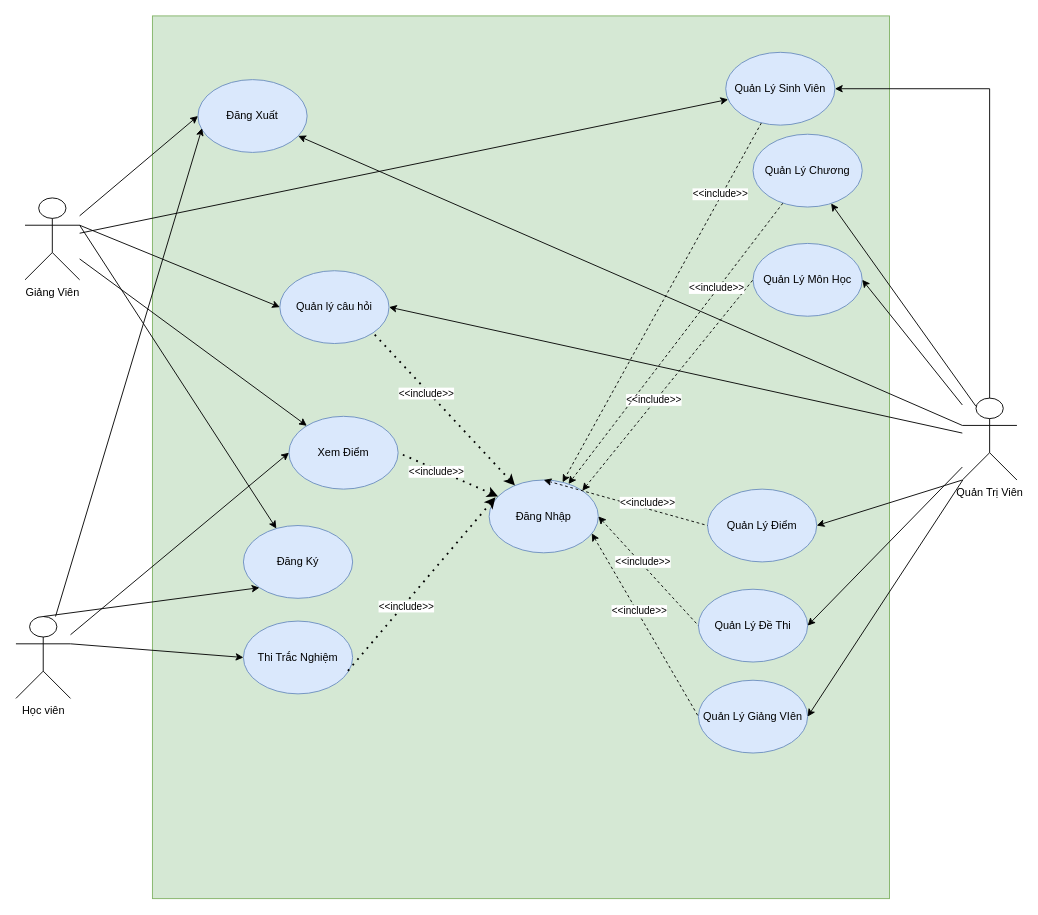
Above: page "Trang-1" (1 of 2) of Untitled.drawio in KhaiZeR0/LuyenThiTracNghiem-HDT1 (draw.io), before the change. Source tidied: cells renumbered, new cells numbered last; positions are measured from the earlier drawing's top-left corner, leaving out a move shared by most shapes. Both pictures are drawn from the tidied source at 91%, with x=0, y=0 at pixel (15, 15).
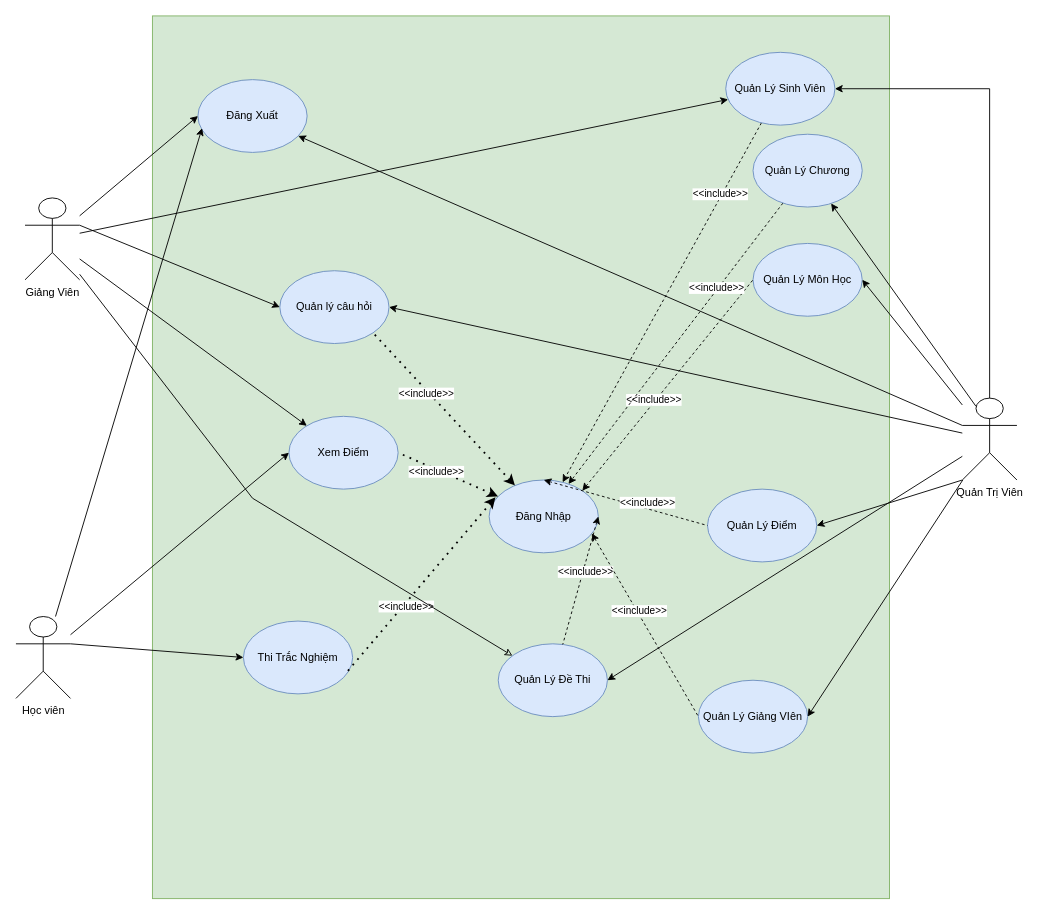
The same diagram, later.

The change refers to these unchanged cells:
```xml
<mxCell id="3" value="Giảng Viên" style="shape=umlActor;verticalLabelPosition=bottom;verticalAlign=top;html=1;outlineConnect=0;" parent="1" vertex="1">
  <mxGeometry x="10" y="200" width="60" height="90" as="geometry" />
</mxCell>
<mxCell id="4" value="Học viên" style="shape=umlActor;verticalLabelPosition=bottom;verticalAlign=top;html=1;outlineConnect=0;" parent="1" vertex="1">
  <mxGeometry y="660" width="60" height="90" as="geometry" />
</mxCell>
<mxCell id="11" value="Đăng Nhập" style="ellipse;whiteSpace=wrap;html=1;fillColor=#dae8fc;strokeColor=#6c8ebf;" parent="1" vertex="1">
  <mxGeometry x="520" y="510" width="120" height="80" as="geometry" />
</mxCell>
```

What changed in the source:
```diff
@@
+    <mxCell id="53" style="rounded=0;jettySize=auto;html=1;startArrow=classic;startFill=0;endArrow=none;endFill=0;" parent="1" edge="1" source="28" target="3">
+      <mxGeometry relative="1" as="geometry">
+        <Array as="points">
+          <mxPoint x="260" y="530" />
+        </Array>
+      </mxGeometry>
+    </mxCell>
     <mxCell id="28" value="Quản Lý Đề Thi" style="ellipse;whiteSpace=wrap;html=1;fillColor=#dae8fc;strokeColor=#6c8ebf;" parent="1" vertex="1">
-      <mxGeometry x="750" y="630" width="120" height="80" as="geometry" />
+      <mxGeometry x="530" y="690" width="120" height="80" as="geometry" />
     </mxCell>
@@
-    <mxCell id="36" style="endArrow=none;dashed=1;html=1;rounded=0;exitX=1;exitY=0.5;exitDx=0;exitDy=0;entryX=0;entryY=0.5;entryDx=0;entryDy=0;endFill=0;startArrow=classic;startFill=1;" parent="1" edge="1" source="11" target="28">
+    <mxCell id="36" style="endArrow=none;dashed=1;html=1;rounded=0;exitX=1;exitY=0.5;exitDx=0;exitDy=0;endFill=0;startArrow=classic;startFill=1;" parent="1" edge="1" source="11" target="28">
       <mxGeometry relative="1" as="geometry" />
     </mxCell>
@@
-    <mxCell id="40" value="Đăng Ký" style="ellipse;whiteSpace=wrap;html=1;fillColor=#dae8fc;strokeColor=#6c8ebf;" parent="1" vertex="1">
-      <mxGeometry x="250" y="560" width="120" height="80" as="geometry" />
-    </mxCell>
-    <mxCell id="41" style="endArrow=classic;html=1;rounded=0;exitX=1;exitY=0.3333333333333333;exitDx=0;exitDy=0;exitPerimeter=0;" parent="1" edge="1" source="3" target="40">
-      <mxGeometry relative="1" as="geometry" />
-    </mxCell>
-    <mxCell id="42" style="endArrow=classic;html=1;rounded=0;exitX=0.5;exitY=0;exitDx=0;exitDy=0;exitPerimeter=0;entryX=0;entryY=1;entryDx=0;entryDy=0;" parent="1" edge="1" source="4" target="40">
-      <mxGeometry relative="1" as="geometry" />
-    </mxCell>
```
